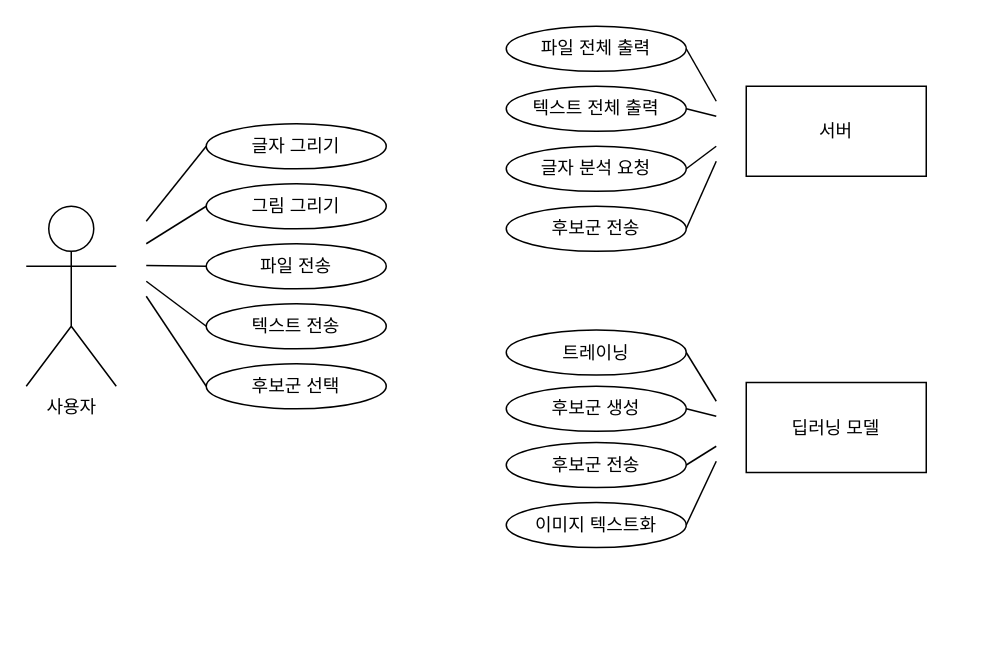
Earlier version of the draw.io diagram Untitled Diagram.drawio (kvlksgjp1/Hangeul_recongnition_Application). Source tidied: cells renumbered, new cells numbered last; positions are measured from the earlier drawing's top-left corner, leaving out a move shared by most shapes. Both pictures are drawn from the tidied source at 150%, with x=0, y=0 at pixel (26, 26).
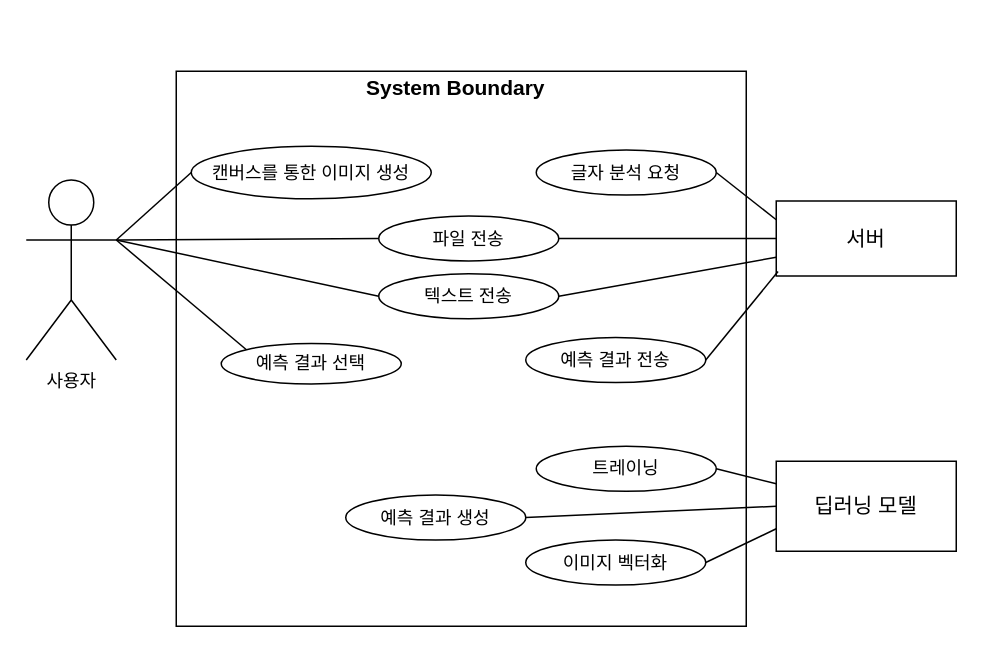
The same page after the edit.

Change to the diagram source:
```diff
@@
+    <mxCell id="31" style="rounded=0;whiteSpace=wrap;html=1;" parent="1" vertex="1">
+      <mxGeometry x="100" y="30" width="380" height="370" as="geometry" />
+    </mxCell>
-    <mxCell id="2" value="사용자&lt;br&gt;&lt;br&gt;" style="shape=umlActor;verticalLabelPosition=bottom;labelBackgroundColor=#ffffff;verticalAlign=top;html=1;outlineConnect=0;" parent="1" vertex="1">
-      <mxGeometry y="120" width="60" height="120" as="geometry" />
+    <mxCell id="2" value="사용자&lt;br&gt;&lt;br&gt;" style="shape=umlActor;verticalLabelPosition=bottom;labelBackgroundColor=#ffffff;verticalAlign=top;html=1;outlineConnect=0;fillColor=#FFFFFF;" parent="1" vertex="1">
+      <mxGeometry y="102.5" width="60" height="120" as="geometry" />
     </mxCell>
-    <mxCell id="3" value="서버" style="rounded=0;whiteSpace=wrap;html=1;" parent="1" vertex="1">
-      <mxGeometry x="480" y="40" width="120" height="60" as="geometry" />
+    <mxCell id="3" value="&lt;font style=&quot;font-size: 14px&quot;&gt;서버&lt;/font&gt;" style="rounded=0;whiteSpace=wrap;html=1;fillColor=#FFFFFF;" parent="1" vertex="1">
+      <mxGeometry x="500" y="116.5" width="120" height="50" as="geometry" />
     </mxCell>
-    <mxCell id="4" value="딥러닝 모델" style="rounded=0;whiteSpace=wrap;html=1;" parent="1" vertex="1">
-      <mxGeometry x="480" y="237.5" width="120" height="60" as="geometry" />
+    <mxCell id="4" value="&lt;font style=&quot;font-size: 14px&quot;&gt;딥러닝 모델&lt;/font&gt;" style="rounded=0;whiteSpace=wrap;html=1;fillColor=#FFFFFF;" parent="1" vertex="1">
+      <mxGeometry x="500" y="290" width="120" height="60" as="geometry" />
     </mxCell>
-    <mxCell id="5" style="endArrow=none;html=1;" parent="1" edge="1">
-      <mxGeometry relative="1" as="geometry">
-        <mxPoint x="80" y="145" as="sourcePoint" />
-        <mxPoint x="120" y="120" as="targetPoint" />
-      </mxGeometry>
-    </mxCell>
-    <mxCell id="6" style="endArrow=none;html=1;" parent="1" edge="1">
-      <mxGeometry relative="1" as="geometry">
-        <mxPoint x="80" y="159.5" as="sourcePoint" />
-        <mxPoint x="120" y="160" as="targetPoint" />
-      </mxGeometry>
+    <mxCell id="6" style="endArrow=none;html=1;entryX=0;entryY=0.5;entryDx=0;entryDy=0;exitX=1;exitY=0.3333333333333333;exitDx=0;exitDy=0;exitPerimeter=0;" parent="1" edge="1" source="2" target="12">
+      <mxGeometry relative="1" as="geometry" />
     </mxCell>
-    <mxCell id="7" style="endArrow=none;html=1;" parent="1" edge="1">
-      <mxGeometry relative="1" as="geometry">
-        <mxPoint x="80" y="170" as="sourcePoint" />
-        <mxPoint x="120" y="200" as="targetPoint" />
-      </mxGeometry>
-    </mxCell>
-    <mxCell id="8" style="endArrow=none;html=1;" parent="1" edge="1">
-      <mxGeometry relative="1" as="geometry">
-        <mxPoint x="80" y="180" as="sourcePoint" />
-        <mxPoint x="120" y="240" as="targetPoint" />
-      </mxGeometry>
+    <mxCell id="8" style="endArrow=none;html=1;entryX=0;entryY=0;entryDx=0;entryDy=0;exitX=1;exitY=0.3333333333333333;exitDx=0;exitDy=0;exitPerimeter=0;" parent="1" edge="1" source="2" target="14">
+      <mxGeometry relative="1" as="geometry" />
     </mxCell>
-    <mxCell id="9" style="endArrow=none;html=1;" parent="1" edge="1">
-      <mxGeometry relative="1" as="geometry">
-        <mxPoint x="80" y="130" as="sourcePoint" />
-        <mxPoint x="120" y="80" as="targetPoint" />
-      </mxGeometry>
+    <mxCell id="9" style="endArrow=none;html=1;entryX=0;entryY=0.5;entryDx=0;entryDy=0;exitX=1;exitY=0.3333333333333333;exitDx=0;exitDy=0;exitPerimeter=0;" parent="1" edge="1" source="2" target="10">
+      <mxGeometry relative="1" as="geometry" />
     </mxCell>
-    <mxCell id="10" value="글자 그리기" style="ellipse;whiteSpace=wrap;html=1;" parent="1" vertex="1">
-      <mxGeometry x="120" y="65" width="120" height="30" as="geometry" />
+    <mxCell id="10" value="캔버스를 통한 이미지 생성" style="ellipse;whiteSpace=wrap;html=1;strokeColor=#000000;fillColor=#FFFFFF;" parent="1" vertex="1">
+      <mxGeometry x="110" y="80" width="160" height="35" as="geometry" />
     </mxCell>
-    <mxCell id="11" value="그림 그리기" style="ellipse;whiteSpace=wrap;html=1;" parent="1" vertex="1">
-      <mxGeometry x="120" y="105" width="120" height="30" as="geometry" />
-    </mxCell>
-    <mxCell id="12" value="파일 전송" style="ellipse;whiteSpace=wrap;html=1;" parent="1" vertex="1">
-      <mxGeometry x="120" y="145" width="120" height="30" as="geometry" />
+    <mxCell id="12" value="파일 전송" style="ellipse;whiteSpace=wrap;html=1;fillColor=#FFFFFF;" parent="1" vertex="1">
+      <mxGeometry x="235" y="126.5" width="120" height="30" as="geometry" />
     </mxCell>
-    <mxCell id="13" value="텍스트 전송" style="ellipse;whiteSpace=wrap;html=1;" parent="1" vertex="1">
-      <mxGeometry x="120" y="185" width="120" height="30" as="geometry" />
+    <mxCell id="13" value="텍스트 전송" style="ellipse;whiteSpace=wrap;html=1;fillColor=#FFFFFF;" parent="1" vertex="1">
+      <mxGeometry x="235" y="165" width="120" height="30" as="geometry" />
     </mxCell>
-    <mxCell id="14" value="후보군 선택" style="ellipse;whiteSpace=wrap;html=1;" parent="1" vertex="1">
-      <mxGeometry x="120" y="225" width="120" height="30" as="geometry" />
+    <mxCell id="14" value="예측 결과 선택" style="ellipse;whiteSpace=wrap;html=1;fillColor=#FFFFFF;" parent="1" vertex="1">
+      <mxGeometry x="130" y="211.5" width="120" height="27" as="geometry" />
     </mxCell>
-    <mxCell id="15" value="파일 전체 출력" style="ellipse;whiteSpace=wrap;html=1;" parent="1" vertex="1">
-      <mxGeometry x="320" width="120" height="30" as="geometry" />
-    </mxCell>
-    <mxCell id="16" value="텍스트 전체 출력" style="ellipse;whiteSpace=wrap;html=1;" parent="1" vertex="1">
-      <mxGeometry x="320" y="40" width="120" height="30" as="geometry" />
-    </mxCell>
-    <mxCell id="17" value="글자 분석 요청" style="ellipse;whiteSpace=wrap;html=1;" parent="1" vertex="1">
-      <mxGeometry x="320" y="80" width="120" height="30" as="geometry" />
-    </mxCell>
-    <mxCell id="18" value="후보군 전송" style="ellipse;whiteSpace=wrap;html=1;" parent="1" vertex="1">
-      <mxGeometry x="320" y="120" width="120" height="30" as="geometry" />
-    </mxCell>
-    <mxCell id="19" value="트레이닝" style="ellipse;whiteSpace=wrap;html=1;" parent="1" vertex="1">
-      <mxGeometry x="320" y="202.5" width="120" height="30" as="geometry" />
+    <mxCell id="19" value="트레이닝" style="ellipse;whiteSpace=wrap;html=1;fillColor=#FFFFFF;" parent="1" vertex="1">
+      <mxGeometry x="340" y="280" width="120" height="30" as="geometry" />
     </mxCell>
-    <mxCell id="20" value="후보군 생성" style="ellipse;whiteSpace=wrap;html=1;" parent="1" vertex="1">
-      <mxGeometry x="320" y="240" width="120" height="30" as="geometry" />
+    <mxCell id="20" value="예측 결과 생성" style="ellipse;whiteSpace=wrap;html=1;fillColor=#FFFFFF;" parent="1" vertex="1">
+      <mxGeometry x="213" y="312.5" width="120" height="30" as="geometry" />
     </mxCell>
-    <mxCell id="21" value="후보군 전송" style="ellipse;whiteSpace=wrap;html=1;" parent="1" vertex="1">
-      <mxGeometry x="320" y="277.5" width="120" height="30" as="geometry" />
+    <mxCell id="21" value="예측 결과 전송" style="ellipse;whiteSpace=wrap;html=1;fillColor=#FFFFFF;" parent="1" vertex="1">
+      <mxGeometry x="333" y="207.5" width="120" height="30" as="geometry" />
     </mxCell>
-    <mxCell id="22" value="이미지 텍스트화" style="ellipse;whiteSpace=wrap;html=1;" parent="1" vertex="1">
-      <mxGeometry x="320" y="317.5" width="120" height="30" as="geometry" />
+    <mxCell id="22" value="이미지 벡터화" style="ellipse;whiteSpace=wrap;html=1;fillColor=#FFFFFF;" parent="1" vertex="1">
+      <mxGeometry x="333" y="342.5" width="120" height="30" as="geometry" />
     </mxCell>
-    <mxCell id="23" style="endArrow=none;html=1;" parent="1" edge="1">
-      <mxGeometry relative="1" as="geometry">
-        <mxPoint x="440" y="15" as="sourcePoint" />
-        <mxPoint x="460" y="50" as="targetPoint" />
-      </mxGeometry>
+    <mxCell id="23" style="endArrow=none;html=1;exitX=1;exitY=0.5;exitDx=0;exitDy=0;entryX=0;entryY=0.5;entryDx=0;entryDy=0;" parent="1" edge="1" source="12" target="3">
+      <mxGeometry relative="1" as="geometry" />
     </mxCell>
-    <mxCell id="24" style="endArrow=none;html=1;exitX=1;exitY=0.5;exitDx=0;exitDy=0;" parent="1" edge="1" source="16">
-      <mxGeometry relative="1" as="geometry">
-        <mxPoint x="460" y="60" as="targetPoint" />
-      </mxGeometry>
+    <mxCell id="24" style="endArrow=none;html=1;exitX=1;exitY=0.5;exitDx=0;exitDy=0;entryX=0;entryY=0.75;entryDx=0;entryDy=0;" parent="1" edge="1" source="13" target="3">
+      <mxGeometry relative="1" as="geometry" />
     </mxCell>
-    <mxCell id="25" style="endArrow=none;html=1;exitX=1;exitY=0.5;exitDx=0;exitDy=0;" parent="1" edge="1" source="18">
-      <mxGeometry relative="1" as="geometry">
-        <mxPoint x="460" y="90" as="targetPoint" />
-      </mxGeometry>
-    </mxCell>
-    <mxCell id="26" style="endArrow=none;html=1;exitX=1;exitY=0.5;exitDx=0;exitDy=0;" parent="1" edge="1" source="17">
-      <mxGeometry relative="1" as="geometry">
-        <mxPoint x="460" y="80" as="targetPoint" />
-      </mxGeometry>
+    <mxCell id="26" style="endArrow=none;html=1;exitX=1;exitY=0.5;exitDx=0;exitDy=0;entryX=0;entryY=0.25;entryDx=0;entryDy=0;" parent="1" edge="1" source="17" target="3">
+      <mxGeometry relative="1" as="geometry" />
     </mxCell>
-    <mxCell id="27" style="endArrow=none;html=1;exitX=1;exitY=0.5;exitDx=0;exitDy=0;" parent="1" edge="1" source="19">
-      <mxGeometry relative="1" as="geometry">
-        <mxPoint x="460" y="250" as="targetPoint" />
-      </mxGeometry>
+    <mxCell id="27" style="endArrow=none;html=1;exitX=1;exitY=0.5;exitDx=0;exitDy=0;entryX=0;entryY=0.25;entryDx=0;entryDy=0;" parent="1" edge="1" source="19" target="4">
+      <mxGeometry relative="1" as="geometry" />
     </mxCell>
-    <mxCell id="28" style="endArrow=none;html=1;entryX=1;entryY=0.5;entryDx=0;entryDy=0;" parent="1" edge="1" target="21">
-      <mxGeometry relative="1" as="geometry">
-        <mxPoint x="460" y="280" as="sourcePoint" />
-      </mxGeometry>
-    </mxCell>
-    <mxCell id="29" style="endArrow=none;html=1;exitX=1;exitY=0.5;exitDx=0;exitDy=0;" parent="1" edge="1" source="20">
-      <mxGeometry relative="1" as="geometry">
-        <mxPoint x="460" y="260" as="targetPoint" />
-      </mxGeometry>
+    <mxCell id="29" style="endArrow=none;html=1;exitX=1;exitY=0.5;exitDx=0;exitDy=0;entryX=0;entryY=0.5;entryDx=0;entryDy=0;" parent="1" edge="1" source="20" target="4">
+      <mxGeometry relative="1" as="geometry" />
     </mxCell>
-    <mxCell id="30" style="endArrow=none;html=1;exitX=1;exitY=0.5;exitDx=0;exitDy=0;" parent="1" edge="1" source="22">
-      <mxGeometry relative="1" as="geometry">
-        <mxPoint x="460" y="290" as="targetPoint" />
-      </mxGeometry>
+    <mxCell id="30" style="endArrow=none;html=1;exitX=1;exitY=0.5;exitDx=0;exitDy=0;entryX=0;entryY=0.75;entryDx=0;entryDy=0;" parent="1" edge="1" source="22" target="4">
+      <mxGeometry relative="1" as="geometry" />
     </mxCell>
+    <mxCell id="32" style="endArrow=none;html=1;entryX=0;entryY=0.5;entryDx=0;entryDy=0;exitX=1;exitY=0.3333333333333333;exitDx=0;exitDy=0;exitPerimeter=0;" parent="1" edge="1" source="2" target="13">
+      <mxGeometry relative="1" as="geometry" />
+    </mxCell>
+    <mxCell id="33" value="&lt;b&gt;&lt;font style=&quot;font-size: 14px&quot;&gt;System Boundary&lt;/font&gt;&lt;/b&gt;" style="text;html=1;align=left;verticalAlign=top;spacingTop=-4;" parent="1" vertex="1">
+      <mxGeometry x="225" y="30" width="130" height="20" as="geometry" />
+    </mxCell>
+    <mxCell id="17" value="글자 분석 요청" style="ellipse;whiteSpace=wrap;html=1;fillColor=#FFFFFF;" parent="1" vertex="1">
+      <mxGeometry x="340" y="82.5" width="120" height="30" as="geometry" />
+    </mxCell>
+    <mxCell id="34" style="endArrow=none;html=1;exitX=1;exitY=0.5;exitDx=0;exitDy=0;entryX=0.01;entryY=0.94;entryDx=0;entryDy=0;entryPerimeter=0;" parent="1" edge="1" source="21" target="3">
+      <mxGeometry relative="1" as="geometry" />
+    </mxCell>
```
